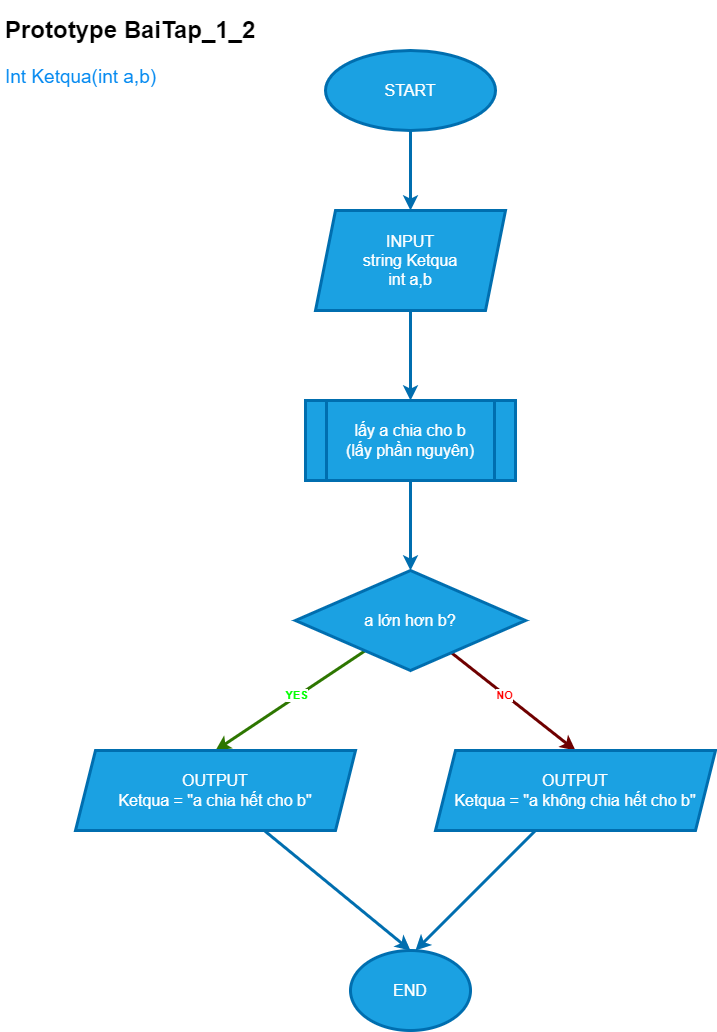
This is Lab_2/Bai_1/FlowBai_1_2.drawio.png from MinkWungNe/NLNNLT, a draw.io export, as it was before one commit. Source tidied: cells renumbered, new cells last; positions are measured from the earlier drawing's top-left corner, leaving out a move shared by most shapes. Its diagram source:
```xml
<mxGraphModel>
  <root>
    <mxCell id="0" />
    <mxCell id="1" parent="0" />
    <mxCell id="2" style="edgeStyle=none;html=1;entryX=0.5;entryY=0;entryDx=0;entryDy=0;fontSize=16;fillColor=#1ba1e2;strokeColor=#006EAF;strokeWidth=3;" parent="1" edge="1" source="3" target="6">
      <mxGeometry relative="1" as="geometry" />
    </mxCell>
    <mxCell id="3" value="START" style="ellipse;whiteSpace=wrap;html=1;fontSize=16;fillColor=#1ba1e2;fontColor=#ffffff;strokeColor=#006EAF;strokeWidth=3;" parent="1" vertex="1">
      <mxGeometry x="325" y="40" width="170" height="80" as="geometry" />
    </mxCell>
    <mxCell id="4" value="&lt;h1&gt;&lt;span style=&quot;background-color: initial;&quot;&gt;Prototype BaiTap_1_2&lt;/span&gt;&lt;/h1&gt;&lt;h1&gt;&lt;span style=&quot;font-weight: 400;&quot;&gt;&lt;font color=&quot;#058af0&quot; style=&quot;font-size: 19px;&quot;&gt;Int Ketqua(int a,b)&lt;/font&gt;&lt;/span&gt;&lt;/h1&gt;" style="text;html=1;strokeColor=none;fillColor=none;spacing=5;spacingTop=-20;whiteSpace=wrap;overflow=hidden;rounded=0;" parent="1" vertex="1">
      <mxGeometry width="290" height="90" as="geometry" />
    </mxCell>
    <mxCell id="5" style="edgeStyle=none;html=1;entryX=0.5;entryY=0;entryDx=0;entryDy=0;fontSize=16;fillColor=#1ba1e2;strokeColor=#006EAF;strokeWidth=3;" parent="1" edge="1" source="6" target="8">
      <mxGeometry relative="1" as="geometry" />
    </mxCell>
    <mxCell id="6" value="INPUT&lt;br&gt;string Ketqua&lt;br&gt;int a,b" style="shape=parallelogram;perimeter=parallelogramPerimeter;whiteSpace=wrap;html=1;fixedSize=1;fontSize=16;fillColor=#1ba1e2;fontColor=#ffffff;strokeColor=#006EAF;strokeWidth=3;" parent="1" vertex="1">
      <mxGeometry x="315" y="200" width="190" height="100" as="geometry" />
    </mxCell>
    <mxCell id="7" style="edgeStyle=none;html=1;entryX=0.5;entryY=0;entryDx=0;entryDy=0;fontSize=16;fillColor=#1ba1e2;strokeColor=#006EAF;strokeWidth=3;" parent="1" edge="1" source="8" target="13">
      <mxGeometry relative="1" as="geometry" />
    </mxCell>
    <mxCell id="8" value="lấy a chia cho b&lt;br&gt;(lấy phần nguyên)" style="shape=process;whiteSpace=wrap;html=1;backgroundOutline=1;fontSize=16;fillColor=#1ba1e2;fontColor=#ffffff;strokeColor=#006EAF;strokeWidth=3;" parent="1" vertex="1">
      <mxGeometry x="305" y="390" width="210" height="80" as="geometry" />
    </mxCell>
    <mxCell id="9" style="edgeStyle=none;html=1;entryX=0.5;entryY=0;entryDx=0;entryDy=0;fontSize=16;fillColor=#60a917;strokeColor=#2D7600;strokeWidth=3;" parent="1" edge="1" source="13" target="15">
      <mxGeometry relative="1" as="geometry" />
    </mxCell>
    <mxCell id="10" value="YES" style="edgeLabel;html=1;align=center;verticalAlign=middle;fontStyle=1;fontColor=#00FF00;" parent="9" vertex="1">
      <mxGeometry x="-0.15" y="2" relative="1" as="geometry">
        <mxPoint x="-7" as="offset" />
      </mxGeometry>
    </mxCell>
    <mxCell id="11" style="edgeStyle=none;html=1;entryX=0.5;entryY=0;entryDx=0;entryDy=0;fontSize=16;fillColor=#a20025;strokeColor=#6F0000;strokeWidth=3;" parent="1" edge="1" source="13" target="17">
      <mxGeometry relative="1" as="geometry" />
    </mxCell>
    <mxCell id="12" value="NO" style="edgeLabel;html=1;align=center;verticalAlign=middle;fontColor=#FF0000;fontStyle=1;" parent="11" vertex="1">
      <mxGeometry x="-0.27" y="-2" relative="1" as="geometry">
        <mxPoint x="9" y="5" as="offset" />
      </mxGeometry>
    </mxCell>
    <mxCell id="13" value="a lớn hơn b?" style="rhombus;whiteSpace=wrap;html=1;fontSize=16;fillColor=#1ba1e2;fontColor=#ffffff;strokeColor=#006EAF;strokeWidth=3;" parent="1" vertex="1">
      <mxGeometry x="295" y="560" width="230" height="100" as="geometry" />
    </mxCell>
    <mxCell id="14" style="edgeStyle=none;html=1;entryX=0.5;entryY=0;entryDx=0;entryDy=0;fontSize=16;fillColor=#1ba1e2;strokeColor=#006EAF;strokeWidth=3;" parent="1" edge="1" source="15" target="18">
      <mxGeometry relative="1" as="geometry" />
    </mxCell>
    <mxCell id="15" value="OUTPUT&lt;br&gt;Ketqua = &quot;a chia hết cho b&quot;" style="shape=parallelogram;perimeter=parallelogramPerimeter;whiteSpace=wrap;html=1;fixedSize=1;fontSize=16;fillColor=#1ba1e2;fontColor=#ffffff;strokeColor=#006EAF;strokeWidth=3;" parent="1" vertex="1">
      <mxGeometry x="75" y="740" width="280" height="80" as="geometry" />
    </mxCell>
    <mxCell id="16" style="edgeStyle=none;html=1;fontSize=16;fillColor=#1ba1e2;strokeColor=#006EAF;strokeWidth=3;" parent="1" edge="1" source="17">
      <mxGeometry relative="1" as="geometry">
        <mxPoint x="415" y="940" as="targetPoint" />
      </mxGeometry>
    </mxCell>
    <mxCell id="17" value="OUTPUT&lt;br&gt;Ketqua = &quot;a không chia hết cho b&quot;" style="shape=parallelogram;perimeter=parallelogramPerimeter;whiteSpace=wrap;html=1;fixedSize=1;fontSize=16;fillColor=#1ba1e2;fontColor=#ffffff;strokeColor=#006EAF;strokeWidth=3;" parent="1" vertex="1">
      <mxGeometry x="435" y="740" width="280" height="80" as="geometry" />
    </mxCell>
    <mxCell id="18" value="END" style="ellipse;whiteSpace=wrap;html=1;fontSize=16;fillColor=#1ba1e2;fontColor=#ffffff;strokeColor=#006EAF;strokeWidth=3;" parent="1" vertex="1">
      <mxGeometry x="350" y="940" width="120" height="80" as="geometry" />
    </mxCell>
  </root>
</mxGraphModel>
```
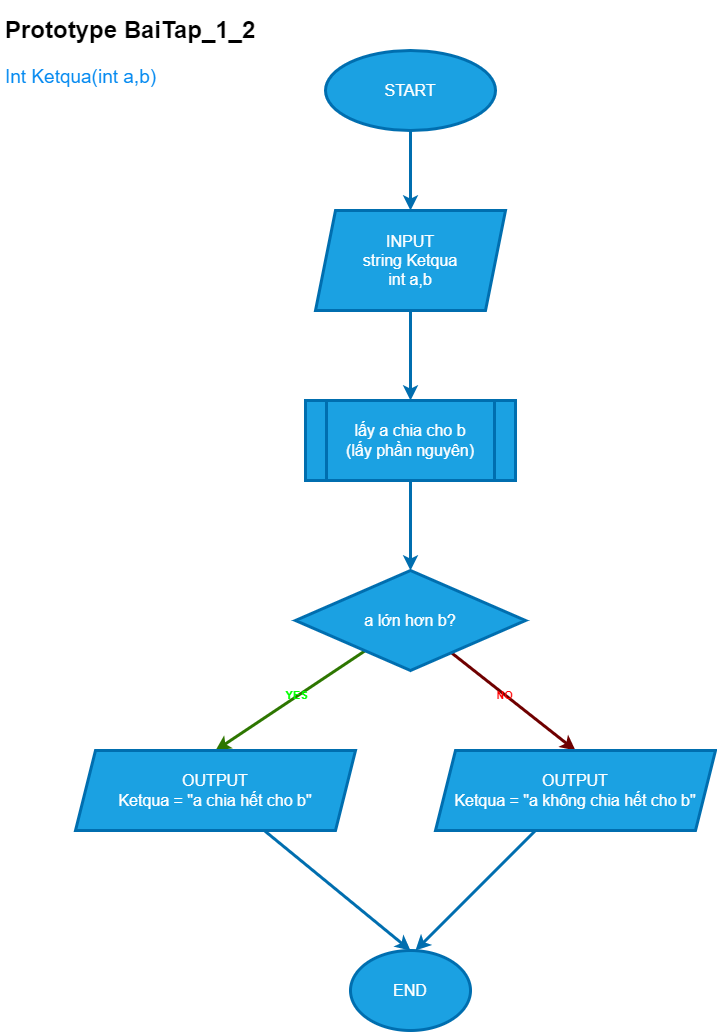
The same diagram one commit later.

Commit message:
Enhance flowchart readability with color highlights

Diff of the diagram source:
```diff
@@ -26,7 +26,7 @@
     <mxCell id="9" style="edgeStyle=none;html=1;entryX=0.5;entryY=0;entryDx=0;entryDy=0;fontSize=16;fillColor=#60a917;strokeColor=#2D7600;strokeWidth=3;" parent="1" edge="1" source="13" target="15">
       <mxGeometry relative="1" as="geometry" />
     </mxCell>
-    <mxCell id="10" value="YES" style="edgeLabel;html=1;align=center;verticalAlign=middle;fontStyle=1;fontColor=#00FF00;" parent="9" vertex="1">
+    <mxCell id="10" value="YES" style="edgeLabel;html=1;align=center;verticalAlign=middle;fontStyle=1;fontColor=#00FF00;labelBackgroundColor=none;" parent="9" vertex="1">
       <mxGeometry x="-0.15" y="2" relative="1" as="geometry">
         <mxPoint x="-7" as="offset" />
       </mxGeometry>
@@ -34,7 +34,7 @@
     <mxCell id="11" style="edgeStyle=none;html=1;entryX=0.5;entryY=0;entryDx=0;entryDy=0;fontSize=16;fillColor=#a20025;strokeColor=#6F0000;strokeWidth=3;" parent="1" edge="1" source="13" target="17">
       <mxGeometry relative="1" as="geometry" />
     </mxCell>
-    <mxCell id="12" value="NO" style="edgeLabel;html=1;align=center;verticalAlign=middle;fontColor=#FF0000;fontStyle=1;" parent="11" vertex="1">
+    <mxCell id="12" value="NO" style="edgeLabel;html=1;align=center;verticalAlign=middle;fontColor=#FF0000;fontStyle=1;labelBackgroundColor=none;" parent="11" vertex="1">
       <mxGeometry x="-0.27" y="-2" relative="1" as="geometry">
         <mxPoint x="9" y="5" as="offset" />
       </mxGeometry>
```
